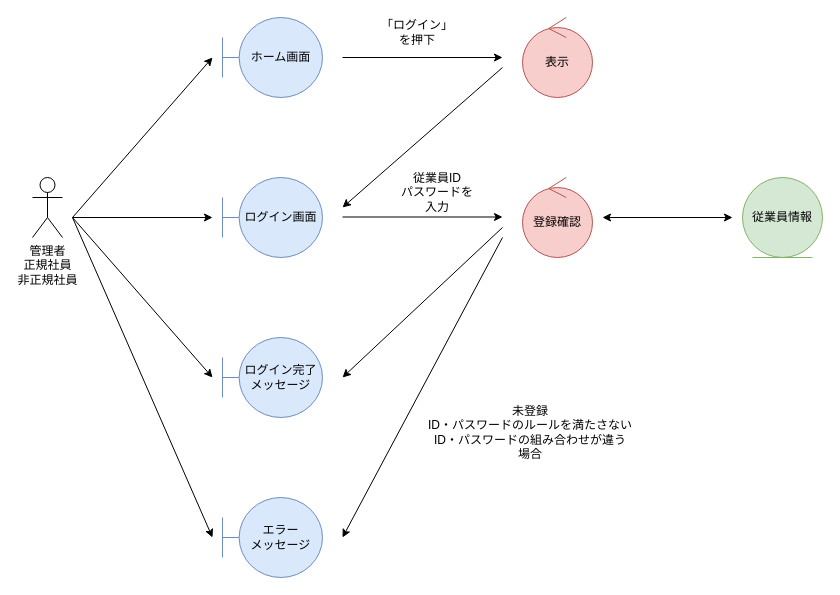
Earlier version of the draw.io diagram 各種設計書/3ロバストネス図/その他/その他.drawio (HaruShim/Sotuken). Source tidied: cells renumbered, new cells numbered last; positions are measured from the earlier drawing's top-left corner, leaving out a move shared by most shapes. Both pictures are drawn from the tidied source at 100%, with x=0, y=0 at pixel (32, 17).
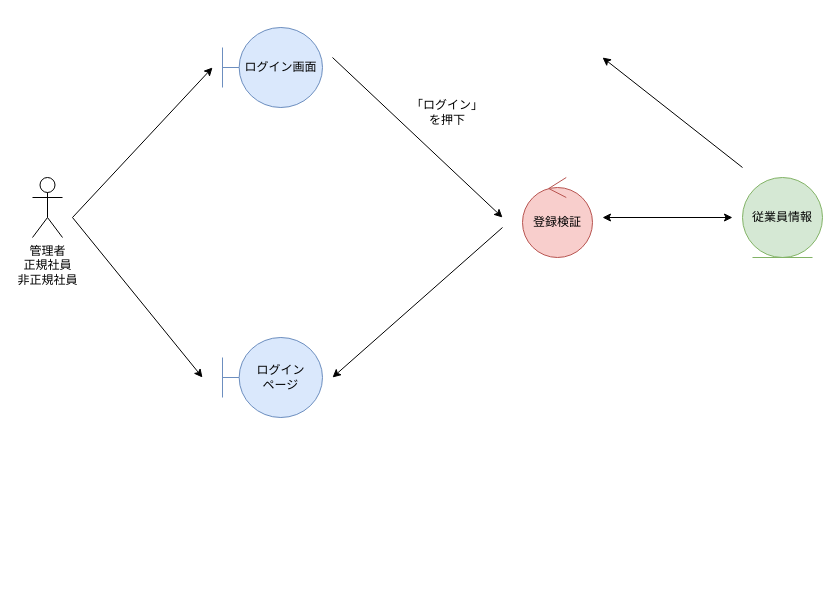
Above is the later version.

The edit, as a diff of the source:
```diff
@@
-    <mxCell id="2" value="ホーム画面" style="shape=umlBoundary;whiteSpace=wrap;html=1;fillColor=#dae8fc;strokeColor=#6c8ebf;" parent="1" vertex="1">
-      <mxGeometry x="190" width="100" height="80" as="geometry" />
-    </mxCell>
     <mxCell id="3" value="ログイン画面" style="shape=umlBoundary;whiteSpace=wrap;html=1;fillColor=#dae8fc;strokeColor=#6c8ebf;" parent="1" vertex="1">
-      <mxGeometry x="190" y="160" width="100" height="80" as="geometry" />
+      <mxGeometry x="190" y="10" width="100" height="80" as="geometry" />
     </mxCell>
-    <mxCell id="4" value="ログイン完了&lt;br&gt;メッセージ" style="shape=umlBoundary;whiteSpace=wrap;html=1;fillColor=#dae8fc;strokeColor=#6c8ebf;" parent="1" vertex="1">
-      <mxGeometry x="190" y="320" width="100" height="80" as="geometry" />
-    </mxCell>
-    <mxCell id="5" style="endArrow=classic;html=1;rounded=0;" parent="1" edge="1">
-      <mxGeometry relative="1" as="geometry">
-        <mxPoint x="40" y="200" as="sourcePoint" />
-        <mxPoint x="180" y="40" as="targetPoint" />
-      </mxGeometry>
-    </mxCell>
-    <mxCell id="6" style="endArrow=classic;html=1;rounded=0;" parent="1" edge="1">
-      <mxGeometry relative="1" as="geometry">
-        <mxPoint x="40" y="200" as="sourcePoint" />
-        <mxPoint x="180" y="360" as="targetPoint" />
-      </mxGeometry>
-    </mxCell>
     <mxCell id="7" value="「ログイン」&lt;br&gt;を押下" style="text;html=1;strokeColor=none;fillColor=none;align=center;verticalAlign=middle;whiteSpace=wrap;rounded=0;" parent="1" vertex="1">
-      <mxGeometry x="340" width="90" height="30" as="geometry" />
+      <mxGeometry x="370" y="80" width="90" height="30" as="geometry" />
     </mxCell>
     <mxCell id="8" style="endArrow=classic;html=1;rounded=0;" parent="1" edge="1">
       <mxGeometry relative="1" as="geometry">
         <mxPoint x="40" y="200" as="sourcePoint" />
-        <mxPoint x="180" y="200" as="targetPoint" />
+        <mxPoint x="180" y="50" as="targetPoint" />
       </mxGeometry>
     </mxCell>
@@
-    <mxCell id="10" value="登録確認" style="ellipse;shape=umlControl;whiteSpace=wrap;html=1;fillColor=#f8cecc;strokeColor=#b85450;" parent="1" vertex="1">
+    <mxCell id="10" value="登録検証" style="ellipse;shape=umlControl;whiteSpace=wrap;html=1;fillColor=#f8cecc;strokeColor=#b85450;" parent="1" vertex="1">
       <mxGeometry x="490" y="160" width="70" height="80" as="geometry" />
     </mxCell>
-    <mxCell id="11" value="表示" style="ellipse;shape=umlControl;whiteSpace=wrap;html=1;fillColor=#f8cecc;strokeColor=#b85450;" parent="1" vertex="1">
-      <mxGeometry x="490" width="70" height="80" as="geometry" />
-    </mxCell>
     <mxCell id="12" style="endArrow=classic;html=1;rounded=0;" parent="1" edge="1">
       <mxGeometry relative="1" as="geometry">
-        <mxPoint x="310" y="40" as="sourcePoint" />
-        <mxPoint x="470" y="40" as="targetPoint" />
+        <mxPoint x="300" y="40" as="sourcePoint" />
+        <mxPoint x="470" y="200" as="targetPoint" />
       </mxGeometry>
     </mxCell>
-    <mxCell id="13" style="endArrow=classic;html=1;rounded=0;" parent="1" edge="1">
-      <mxGeometry relative="1" as="geometry">
-        <mxPoint x="470" y="210" as="sourcePoint" />
-        <mxPoint x="310" y="360" as="targetPoint" />
-      </mxGeometry>
-    </mxCell>
@@
-    <mxCell id="15" style="endArrow=classic;html=1;rounded=0;" parent="1" edge="1">
-      <mxGeometry relative="1" as="geometry">
-        <mxPoint x="470" y="50" as="sourcePoint" />
-        <mxPoint x="310" y="190" as="targetPoint" />
-      </mxGeometry>
-    </mxCell>
-    <mxCell id="16" style="endArrow=classic;html=1;rounded=0;" parent="1" edge="1">
-      <mxGeometry relative="1" as="geometry">
-        <mxPoint x="310" y="199.5" as="sourcePoint" />
-        <mxPoint x="470" y="199.5" as="targetPoint" />
-      </mxGeometry>
-    </mxCell>
-    <mxCell id="17" value="従業員ID&lt;br&gt;パスワードを&lt;br&gt;入力" style="text;html=1;strokeColor=none;fillColor=none;align=center;verticalAlign=middle;whiteSpace=wrap;rounded=0;" parent="1" vertex="1">
-      <mxGeometry x="360" y="160" width="90" height="30" as="geometry" />
-    </mxCell>
@@
-    <mxCell id="19" value="エラー&lt;br&gt;メッセージ" style="shape=umlBoundary;whiteSpace=wrap;html=1;fillColor=#dae8fc;strokeColor=#6c8ebf;" parent="1" vertex="1">
-      <mxGeometry x="190" y="480" width="100" height="80" as="geometry" />
-    </mxCell>
-    <mxCell id="20" style="endArrow=classic;html=1;rounded=0;" parent="1" edge="1">
-      <mxGeometry relative="1" as="geometry">
-        <mxPoint x="470" y="220" as="sourcePoint" />
-        <mxPoint x="310" y="520" as="targetPoint" />
-      </mxGeometry>
-    </mxCell>
-    <mxCell id="21" value="未登録&lt;br&gt;ID・パスワードのルールを満たさない&lt;br&gt;ID・パスワードの組み合わせが違う&lt;br&gt;場合" style="text;html=1;strokeColor=none;fillColor=none;align=center;verticalAlign=middle;whiteSpace=wrap;rounded=0;" parent="1" vertex="1">
-      <mxGeometry x="380" y="400" width="236" height="30" as="geometry" />
-    </mxCell>
-    <mxCell id="22" style="endArrow=classic;html=1;rounded=0;" parent="1" edge="1">
-      <mxGeometry relative="1" as="geometry">
-        <mxPoint x="40" y="200" as="sourcePoint" />
-        <mxPoint x="180" y="520" as="targetPoint" />
-      </mxGeometry>
-    </mxCell>
+    <mxCell id="23" style="endArrow=classic;html=1;rounded=0;" parent="1" edge="1">
+      <mxGeometry relative="1" as="geometry">
+        <mxPoint x="710" y="150" as="sourcePoint" />
+        <mxPoint x="570" y="40" as="targetPoint" />
+      </mxGeometry>
+    </mxCell>
+    <mxCell id="24" value="ログイン&lt;br&gt;ページ" style="shape=umlBoundary;whiteSpace=wrap;html=1;fillColor=#dae8fc;strokeColor=#6c8ebf;" parent="1" vertex="1">
+      <mxGeometry x="190" y="320" width="100" height="80" as="geometry" />
+    </mxCell>
+    <mxCell id="25" style="endArrow=classic;html=1;rounded=0;" parent="1" edge="1">
+      <mxGeometry relative="1" as="geometry">
+        <mxPoint x="40" y="200" as="sourcePoint" />
+        <mxPoint x="170" y="360" as="targetPoint" />
+      </mxGeometry>
+    </mxCell>
+    <mxCell id="26" style="endArrow=classic;html=1;rounded=0;" parent="1" edge="1">
+      <mxGeometry relative="1" as="geometry">
+        <mxPoint x="470" y="210" as="sourcePoint" />
+        <mxPoint x="300" y="360" as="targetPoint" />
+      </mxGeometry>
+    </mxCell>
```
